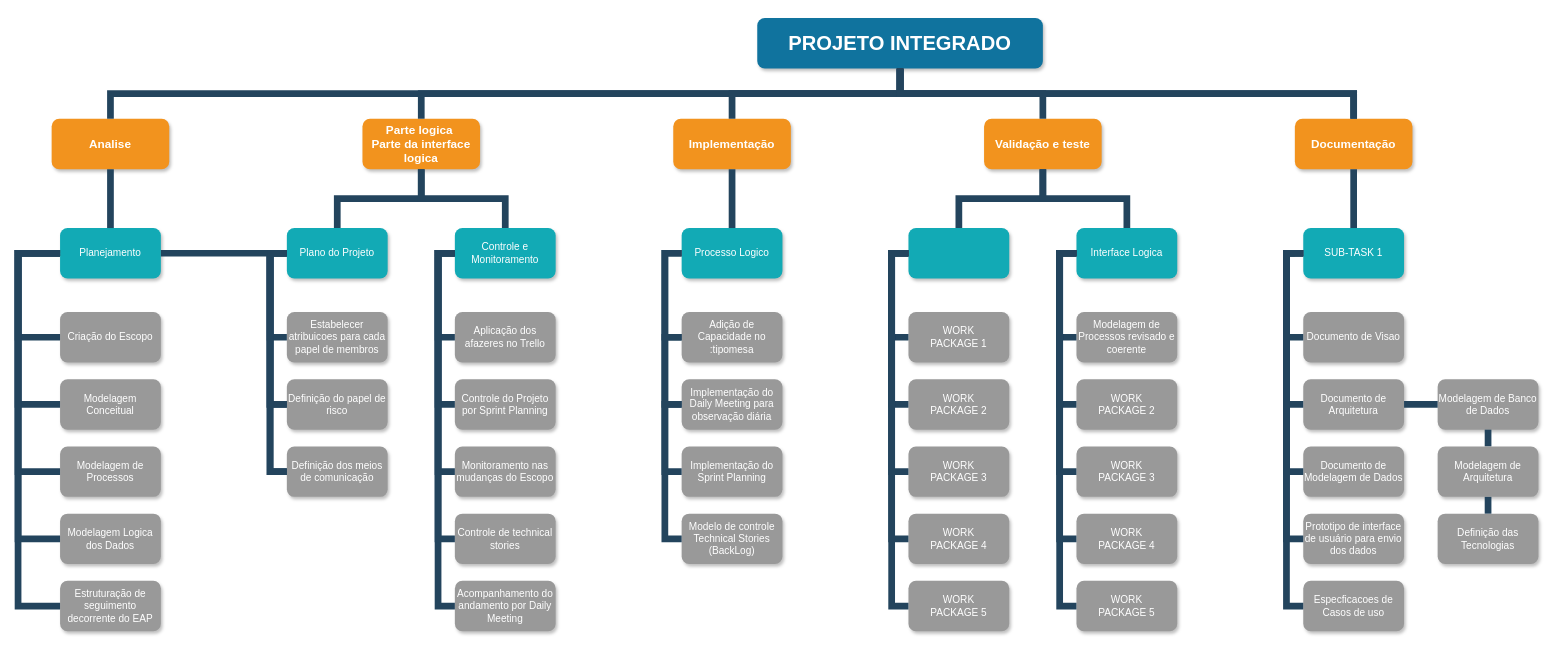
Earlier version of the draw.io diagram Diagrama EAP.drawio (bielrocca/drawio_projeto). Source tidied: cells renumbered, new cells numbered last; positions are measured from the earlier drawing's top-left corner, leaving out a move shared by most shapes. Both pictures are drawn from the tidied source at 84%, with x=0, y=0 at pixel (18, 18).
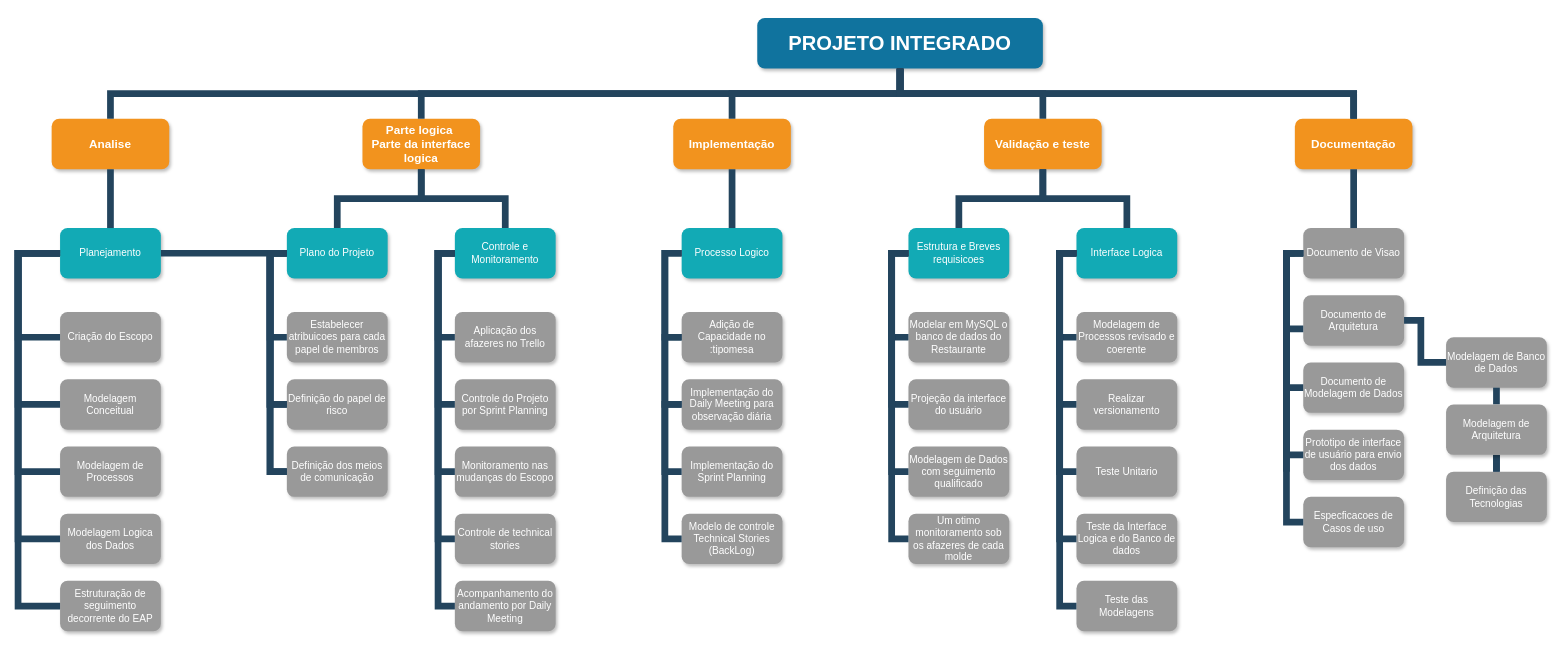
The same diagram, later.

The change refers to these unchanged cells:
```xml
<mxCell id="7" value="Documentação " style="whiteSpace=wrap;rounded=1;fillColor=#F2931E;strokeColor=none;shadow=1;fontColor=#FFFFFF;fontStyle=1;fontSize=14;" parent="1" vertex="1">
  <mxGeometry x="1520" y="120" width="140" height="60" as="geometry" />
</mxCell>
```

Change to the diagram source:
```diff
@@
-    <mxCell id="47" style="whiteSpace=wrap;rounded=1;fillColor=#12AAB5;strokeColor=none;shadow=1;fontColor=#FFFFFF;" parent="1" vertex="1">
+    <mxCell id="47" value="Estrutura e Breves requisicoes " style="whiteSpace=wrap;rounded=1;fillColor=#12AAB5;strokeColor=none;shadow=1;fontColor=#FFFFFF;" parent="1" vertex="1">
       <mxGeometry x="1060" y="250" width="120" height="60" as="geometry" />
     </mxCell>
@@
-    <mxCell id="49" value="WORK&#10;PACKAGE 1" style="whiteSpace=wrap;rounded=1;fillColor=#999999;strokeColor=none;shadow=1;fontColor=#FFFFFF;fontStyle=0;" parent="1" vertex="1">
+    <mxCell id="49" value="Modelar em MySQL o banco de dados do Restaurante" style="whiteSpace=wrap;rounded=1;fillColor=#999999;strokeColor=none;shadow=1;fontColor=#FFFFFF;fontStyle=0;" parent="1" vertex="1">
       <mxGeometry x="1060" y="350" width="120" height="60" as="geometry" />
     </mxCell>
-    <mxCell id="50" value="WORK&#10;PACKAGE 2" style="whiteSpace=wrap;rounded=1;fillColor=#999999;strokeColor=none;shadow=1;fontColor=#FFFFFF;fontStyle=0;" parent="1" vertex="1">
+    <mxCell id="50" value="Projeção da interface do usuário " style="whiteSpace=wrap;rounded=1;fillColor=#999999;strokeColor=none;shadow=1;fontColor=#FFFFFF;fontStyle=0;" parent="1" vertex="1">
       <mxGeometry x="1060" y="430" width="120" height="60" as="geometry" />
     </mxCell>
-    <mxCell id="51" value="WORK&#10;PACKAGE 3" style="whiteSpace=wrap;rounded=1;fillColor=#999999;strokeColor=none;shadow=1;fontColor=#FFFFFF;fontStyle=0;" parent="1" vertex="1">
+    <mxCell id="51" value="Modelagem de Dados com seguimento qualificado" style="whiteSpace=wrap;rounded=1;fillColor=#999999;strokeColor=none;shadow=1;fontColor=#FFFFFF;fontStyle=0;" parent="1" vertex="1">
       <mxGeometry x="1060" y="510" width="120" height="60" as="geometry" />
     </mxCell>
-    <mxCell id="52" value="WORK&#10;PACKAGE 4" style="whiteSpace=wrap;rounded=1;fillColor=#999999;strokeColor=none;shadow=1;fontColor=#FFFFFF;fontStyle=0;" parent="1" vertex="1">
+    <mxCell id="52" value="Um otimo monitoramento sob os afazeres de cada molde" style="whiteSpace=wrap;rounded=1;fillColor=#999999;strokeColor=none;shadow=1;fontColor=#FFFFFF;fontStyle=0;" parent="1" vertex="1">
       <mxGeometry x="1060" y="590" width="120" height="60" as="geometry" />
     </mxCell>
-    <mxCell id="53" value="WORK&#10;PACKAGE 5" style="whiteSpace=wrap;rounded=1;fillColor=#999999;strokeColor=none;shadow=1;fontColor=#FFFFFF;fontStyle=0;" parent="1" vertex="1">
-      <mxGeometry x="1060" y="670" width="120" height="60" as="geometry" />
-    </mxCell>
@@
-    <mxCell id="55" value="WORK&#10;PACKAGE 2" style="whiteSpace=wrap;rounded=1;fillColor=#999999;strokeColor=none;shadow=1;fontColor=#FFFFFF;fontStyle=0;" parent="1" vertex="1">
+    <mxCell id="55" value="Realizar versionamento" style="whiteSpace=wrap;rounded=1;fillColor=#999999;strokeColor=none;shadow=1;fontColor=#FFFFFF;fontStyle=0;" parent="1" vertex="1">
       <mxGeometry x="1260" y="430" width="120" height="60" as="geometry" />
     </mxCell>
-    <mxCell id="56" value="WORK&#10;PACKAGE 3" style="whiteSpace=wrap;rounded=1;fillColor=#999999;strokeColor=none;shadow=1;fontColor=#FFFFFF;fontStyle=0;" parent="1" vertex="1">
+    <mxCell id="56" value="Teste Unitario" style="whiteSpace=wrap;rounded=1;fillColor=#999999;strokeColor=none;shadow=1;fontColor=#FFFFFF;fontStyle=0;" parent="1" vertex="1">
       <mxGeometry x="1260" y="510" width="120" height="60" as="geometry" />
     </mxCell>
-    <mxCell id="57" value="WORK&#10;PACKAGE 4" style="whiteSpace=wrap;rounded=1;fillColor=#999999;strokeColor=none;shadow=1;fontColor=#FFFFFF;fontStyle=0;" parent="1" vertex="1">
+    <mxCell id="57" value="Teste da Interface Logica e do Banco de dados " style="whiteSpace=wrap;rounded=1;fillColor=#999999;strokeColor=none;shadow=1;fontColor=#FFFFFF;fontStyle=0;" parent="1" vertex="1">
       <mxGeometry x="1260" y="590" width="120" height="60" as="geometry" />
     </mxCell>
-    <mxCell id="58" value="WORK&#10;PACKAGE 5" style="whiteSpace=wrap;rounded=1;fillColor=#999999;strokeColor=none;shadow=1;fontColor=#FFFFFF;fontStyle=0;" parent="1" vertex="1">
+    <mxCell id="58" value="Teste das Modelagens" style="whiteSpace=wrap;rounded=1;fillColor=#999999;strokeColor=none;shadow=1;fontColor=#FFFFFF;fontStyle=0;" parent="1" vertex="1">
       <mxGeometry x="1260" y="670" width="120" height="60" as="geometry" />
     </mxCell>
@@
-    <mxCell id="61" style="edgeStyle=elbowEdgeStyle;elbow=horizontal;rounded=0;fontColor=#000000;endArrow=none;endFill=0;strokeWidth=8;strokeColor=#23445D;" parent="1" edge="1" source="47" target="53">
-      <mxGeometry relative="1" as="geometry">
-        <Array as="points">
-          <mxPoint x="1040" y="500" />
-        </Array>
-      </mxGeometry>
-    </mxCell>
@@
-    <mxCell id="69" value="SUB-TASK 1" style="whiteSpace=wrap;rounded=1;fillColor=#12AAB5;strokeColor=none;shadow=1;fontColor=#FFFFFF;" parent="1" vertex="1">
-      <mxGeometry x="1530" y="250" width="120" height="60" as="geometry" />
-    </mxCell>
     <mxCell id="70" value="Documento de Visao" style="whiteSpace=wrap;rounded=1;fillColor=#999999;strokeColor=none;shadow=1;fontColor=#FFFFFF;fontStyle=0;" parent="1" vertex="1">
-      <mxGeometry x="1530" y="350" width="120" height="60" as="geometry" />
+      <mxGeometry x="1530" y="250" width="120" height="60" as="geometry" />
     </mxCell>
     <mxCell id="71" value="Documento de Arquitetura" style="whiteSpace=wrap;rounded=1;fillColor=#999999;strokeColor=none;shadow=1;fontColor=#FFFFFF;fontStyle=0;" parent="1" vertex="1">
-      <mxGeometry x="1530" y="430" width="120" height="60" as="geometry" />
+      <mxGeometry x="1530" y="330" width="120" height="60" as="geometry" />
     </mxCell>
     <mxCell id="72" value="Documento de Modelagem de Dados" style="whiteSpace=wrap;rounded=1;fillColor=#999999;strokeColor=none;shadow=1;fontColor=#FFFFFF;fontStyle=0;" parent="1" vertex="1">
-      <mxGeometry x="1530" y="510" width="120" height="60" as="geometry" />
+      <mxGeometry x="1530" y="410" width="120" height="60" as="geometry" />
     </mxCell>
     <mxCell id="73" value="Prototipo de interface de usuário para envio dos dados " style="whiteSpace=wrap;rounded=1;fillColor=#999999;strokeColor=none;shadow=1;fontColor=#FFFFFF;fontStyle=0;" parent="1" vertex="1">
-      <mxGeometry x="1530" y="590" width="120" height="60" as="geometry" />
+      <mxGeometry x="1530" y="490" width="120" height="60" as="geometry" />
     </mxCell>
     <mxCell id="74" value="Especficacoes de Casos de uso" style="whiteSpace=wrap;rounded=1;fillColor=#999999;strokeColor=none;shadow=1;fontColor=#FFFFFF;fontStyle=0;" parent="1" vertex="1">
-      <mxGeometry x="1530" y="670" width="120" height="60" as="geometry" />
+      <mxGeometry x="1530" y="570" width="120" height="60" as="geometry" />
     </mxCell>
-    <mxCell id="75" style="edgeStyle=elbowEdgeStyle;elbow=horizontal;rounded=0;fontColor=#000000;endArrow=none;endFill=0;strokeWidth=8;strokeColor=#23445D;" parent="1" edge="1" source="69" target="70">
+    <mxCell id="75" style="edgeStyle=elbowEdgeStyle;elbow=horizontal;rounded=0;fontColor=#000000;endArrow=none;endFill=0;strokeWidth=8;strokeColor=#23445D;" parent="1" edge="1" target="70">
       <mxGeometry relative="1" as="geometry">
+        <mxPoint x="1530" y="280" as="sourcePoint" />
         <Array as="points">
           <mxPoint x="1510" y="330" />
         </Array>
       </mxGeometry>
     </mxCell>
-    <mxCell id="76" style="edgeStyle=elbowEdgeStyle;elbow=horizontal;rounded=0;fontColor=#000000;endArrow=none;endFill=0;strokeWidth=8;strokeColor=#23445D;" parent="1" edge="1" source="69" target="71">
+    <mxCell id="76" style="edgeStyle=elbowEdgeStyle;elbow=horizontal;rounded=0;fontColor=#000000;endArrow=none;endFill=0;strokeWidth=8;strokeColor=#23445D;" parent="1" edge="1" target="71">
       <mxGeometry relative="1" as="geometry">
+        <mxPoint x="1530" y="280" as="sourcePoint" />
         <Array as="points">
           <mxPoint x="1510" y="370" />
         </Array>
       </mxGeometry>
     </mxCell>
@@
-    <mxCell id="78" style="edgeStyle=elbowEdgeStyle;elbow=horizontal;rounded=0;fontColor=#000000;endArrow=none;endFill=0;strokeWidth=8;strokeColor=#23445D;" parent="1" edge="1" source="69" target="73">
+    <mxCell id="78" style="edgeStyle=elbowEdgeStyle;elbow=horizontal;rounded=0;fontColor=#000000;endArrow=none;endFill=0;strokeWidth=8;strokeColor=#23445D;" parent="1" edge="1" target="73">
       <mxGeometry relative="1" as="geometry">
+        <mxPoint x="1530" y="280" as="sourcePoint" />
         <Array as="points">
           <mxPoint x="1510" y="380" />
           <mxPoint x="1500" y="340" />
           <mxPoint x="1410" y="450" />
         </Array>
       </mxGeometry>
     </mxCell>
@@
-    <mxCell id="83" style="edgeStyle=elbowEdgeStyle;elbow=vertical;rounded=0;fontColor=#000000;endArrow=none;endFill=0;strokeWidth=8;strokeColor=#23445D;" parent="1" edge="1" source="7">
-      <mxGeometry relative="1" as="geometry">
-        <mxPoint x="1590" y="250" as="targetPoint" />
-      </mxGeometry>
+    <mxCell id="83" style="edgeStyle=elbowEdgeStyle;elbow=vertical;rounded=0;fontColor=#000000;endArrow=none;endFill=0;strokeWidth=8;strokeColor=#23445D;entryX=0.5;entryY=0;entryDx=0;entryDy=0;" parent="1" edge="1" source="7" target="70">
+      <mxGeometry relative="1" as="geometry" />
     </mxCell>
@@
-    <mxCell id="91" style="edgeStyle=elbowEdgeStyle;elbow=horizontal;rounded=0;fontColor=#000000;endArrow=none;endFill=0;strokeWidth=8;strokeColor=#23445D;entryX=0;entryY=0.5;entryDx=0;entryDy=0;exitX=0;exitY=0.5;exitDx=0;exitDy=0;" parent="1" edge="1" source="69">
+    <mxCell id="91" style="edgeStyle=elbowEdgeStyle;elbow=horizontal;rounded=0;fontColor=#000000;endArrow=none;endFill=0;strokeWidth=8;strokeColor=#23445D;entryX=0;entryY=0.5;entryDx=0;entryDy=0;exitX=0;exitY=0.5;exitDx=0;exitDy=0;" parent="1" edge="1" target="72">
       <mxGeometry relative="1" as="geometry">
-        <mxPoint x="1530" y="540" as="targetPoint" />
+        <mxPoint x="1530" y="280" as="sourcePoint" />
         <Array as="points">
           <mxPoint x="1510" y="190" />
           <mxPoint x="1490" y="490" />
           <mxPoint x="1400" y="340" />
         </Array>
       </mxGeometry>
     </mxCell>
@@
     <mxCell id="96" value="Modelagem de Banco de Dados" style="whiteSpace=wrap;rounded=1;fillColor=#999999;strokeColor=none;shadow=1;fontColor=#FFFFFF;fontStyle=0;" parent="1" vertex="1">
-      <mxGeometry x="1690" y="430" width="120" height="60" as="geometry" />
+      <mxGeometry x="1700" y="380" width="120" height="60" as="geometry" />
     </mxCell>
     <mxCell id="97" style="edgeStyle=elbowEdgeStyle;elbow=horizontal;rounded=0;fontColor=#000000;endArrow=none;endFill=0;strokeWidth=8;strokeColor=#23445D;entryX=0;entryY=0.5;entryDx=0;entryDy=0;exitX=1;exitY=0.5;exitDx=0;exitDy=0;" parent="1" edge="1" source="71" target="96">
       <mxGeometry relative="1" as="geometry">
         <Array as="points">
-          <mxPoint x="1670" y="460" />
+          <mxPoint x="1670" y="410" />
           <mxPoint x="1780" y="470" />
           <mxPoint x="1690" y="320" />
         </Array>
       </mxGeometry>
     </mxCell>
-    <mxCell id="98" style="edgeStyle=elbowEdgeStyle;elbow=horizontal;rounded=0;fontColor=#000000;endArrow=none;endFill=0;strokeWidth=8;strokeColor=#23445D;entryX=0.5;entryY=1;entryDx=0;entryDy=0;" parent="1" edge="1" target="96">
-      <mxGeometry relative="1" as="geometry">
-        <mxPoint x="1750" y="510" as="sourcePoint" />
-      </mxGeometry>
+    <mxCell id="98" style="edgeStyle=elbowEdgeStyle;elbow=horizontal;rounded=0;fontColor=#000000;endArrow=none;endFill=0;strokeWidth=8;strokeColor=#23445D;entryX=0.5;entryY=1;entryDx=0;entryDy=0;" parent="1" edge="1" source="99" target="96">
+      <mxGeometry relative="1" as="geometry" />
     </mxCell>
-    <mxCell id="99" value="Modelagem de Arquitetura" style="whiteSpace=wrap;rounded=1;fillColor=#999999;strokeColor=none;shadow=1;fontColor=#FFFFFF;fontStyle=0;" parent="1" vertex="1">
-      <mxGeometry x="1690" y="510" width="120" height="60" as="geometry" />
-    </mxCell>
     <mxCell id="100" value="Definição das Tecnologias" style="whiteSpace=wrap;rounded=1;fillColor=#999999;strokeColor=none;shadow=1;fontColor=#FFFFFF;fontStyle=0;" parent="1" vertex="1">
-      <mxGeometry x="1690" y="590" width="120" height="60" as="geometry" />
+      <mxGeometry x="1700" y="540" width="120" height="60" as="geometry" />
     </mxCell>
@@
+    <mxCell id="102" style="edgeStyle=elbowEdgeStyle;elbow=horizontal;rounded=0;fontColor=#000000;endArrow=none;endFill=0;strokeWidth=8;strokeColor=#23445D;entryX=0.5;entryY=1;entryDx=0;entryDy=0;exitX=0.5;exitY=0;exitDx=0;exitDy=0;" parent="1" edge="1" source="100" target="99">
+      <mxGeometry relative="1" as="geometry" />
+    </mxCell>
+    <mxCell id="99" value="Modelagem de Arquitetura" style="whiteSpace=wrap;rounded=1;fillColor=#999999;strokeColor=none;shadow=1;fontColor=#FFFFFF;fontStyle=0;" parent="1" vertex="1">
+      <mxGeometry x="1700" y="460" width="120" height="60" as="geometry" />
+    </mxCell>
```
